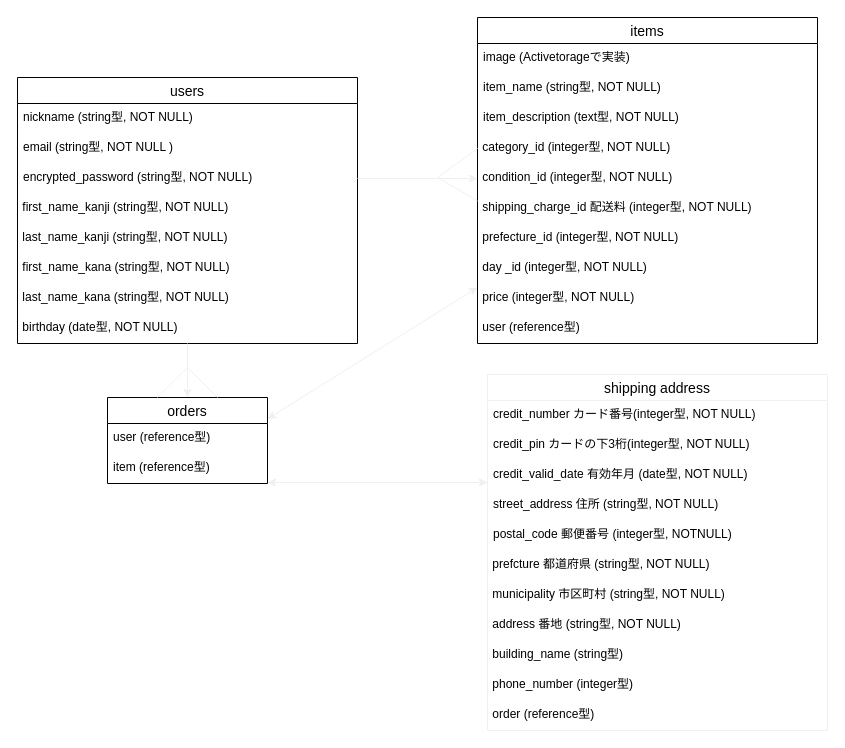
Above: furima.dio in katuya364/furima-35802 (draw.io), before the change. Source tidied: cells renumbered, new cells numbered last; positions are measured from the earlier drawing's top-left corner, leaving out a move shared by most shapes. Both pictures are drawn from the tidied source at 100%, with x=0, y=0 at pixel (17, 17).
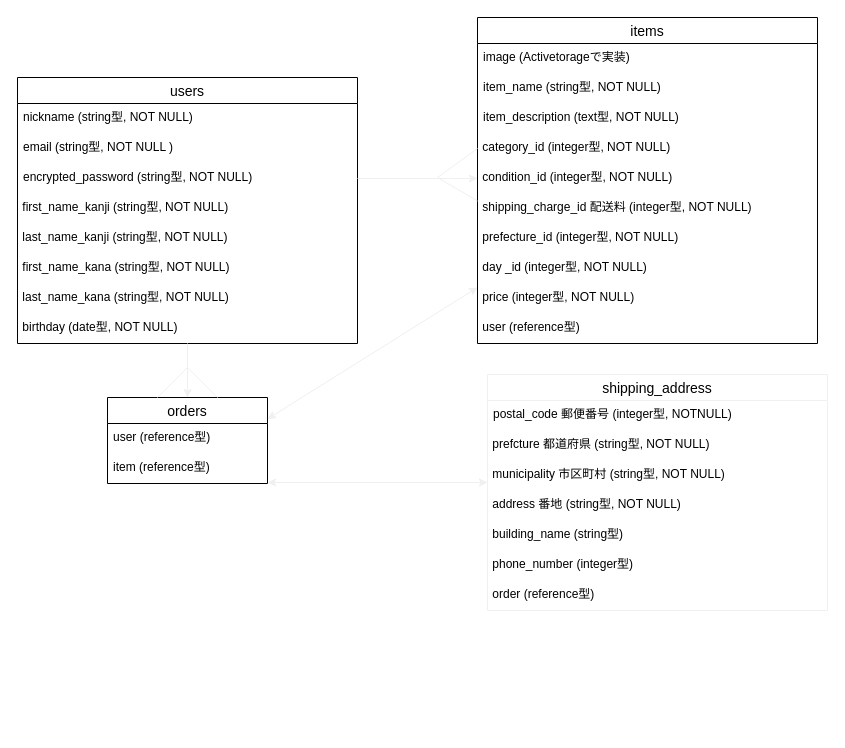
The same diagram, later.

Commit message (it also covers changes not shown here):
shipping_addressテーブルの修正

Diff of the diagram source:
```diff
@@
-    <mxCell id="25" value="shipping address" style="swimlane;fontStyle=0;horizontal=1;startSize=26;align=center;fontSize=14;strokeColor=#F0F0F0;" parent="1" vertex="1">
-      <mxGeometry x="470" y="357" width="340" height="356" as="geometry" />
+    <mxCell id="25" value="shipping_address" style="swimlane;fontStyle=0;horizontal=1;startSize=26;align=center;fontSize=14;strokeColor=#F0F0F0;" parent="1" vertex="1">
+      <mxGeometry x="470" y="357" width="340" height="236" as="geometry" />
     </mxCell>
-    <mxCell id="26" value="credit_number カード番号(integer型, NOT NULL)&#10;" style="text;strokeColor=none;fillColor=none;spacingLeft=4;spacingRight=4;overflow=hidden;fontSize=12;" parent="25" vertex="1">
-      <mxGeometry y="26" width="340" height="30" as="geometry" />
-    </mxCell>
-    <mxCell id="27" value="credit_pin カードの下3桁(integer型, NOT NULL)&#10;&#10;" style="text;strokeColor=none;fillColor=none;spacingLeft=4;spacingRight=4;overflow=hidden;fontSize=12;" parent="25" vertex="1">
-      <mxGeometry y="56" width="340" height="30" as="geometry" />
-    </mxCell>
-    <mxCell id="28" value="credit_valid_date 有効年月 (date型, NOT NULL)&#10;&#10;" style="text;strokeColor=none;fillColor=none;spacingLeft=4;spacingRight=4;overflow=hidden;fontSize=12;" parent="25" vertex="1">
-      <mxGeometry y="86" width="340" height="30" as="geometry" />
-    </mxCell>
-    <mxCell id="29" value="street_address 住所 (string型, NOT NULL)" style="text;strokeColor=none;fillColor=none;spacingLeft=4;spacingRight=4;overflow=hidden;fontSize=12;" parent="25" vertex="1">
-      <mxGeometry y="116" width="340" height="30" as="geometry" />
-    </mxCell>
     <mxCell id="30" value="postal_code 郵便番号 (integer型, NOTNULL)" style="text;strokeColor=none;fillColor=none;spacingLeft=4;spacingRight=4;overflow=hidden;fontSize=12;" parent="25" vertex="1">
-      <mxGeometry y="146" width="340" height="30" as="geometry" />
+      <mxGeometry y="26" width="340" height="30" as="geometry" />
     </mxCell>
     <mxCell id="31" value=" prefcture 都道府県 (string型, NOT NULL)" style="rounded=0;strokeColor=none;fillColor=none;labelPosition=center;verticalLabelPosition=middle;align=left;verticalAlign=top;" parent="25" vertex="1">
-      <mxGeometry y="176" width="340" height="30" as="geometry" />
+      <mxGeometry y="56" width="340" height="30" as="geometry" />
     </mxCell>
     <mxCell id="32" value=" municipality 市区町村 (string型, NOT NULL)" style="rounded=0;fillColor=none;align=left;verticalAlign=top;strokeColor=none;" parent="25" vertex="1">
-      <mxGeometry y="206" width="340" height="30" as="geometry" />
+      <mxGeometry y="86" width="340" height="30" as="geometry" />
     </mxCell>
     <mxCell id="33" value="&amp;nbsp;address 番地 (string型, NOT NULL)" style="rounded=0;whiteSpace=wrap;html=1;fillColor=none;align=left;verticalAlign=top;strokeColor=none;" parent="25" vertex="1">
-      <mxGeometry y="236" width="340" height="30" as="geometry" />
+      <mxGeometry y="116" width="340" height="30" as="geometry" />
     </mxCell>
     <mxCell id="34" value="&amp;nbsp;building_name (string型)" style="rounded=0;whiteSpace=wrap;html=1;fillColor=none;align=left;verticalAlign=top;strokeColor=none;" parent="25" vertex="1">
-      <mxGeometry y="266" width="340" height="30" as="geometry" />
+      <mxGeometry y="146" width="340" height="30" as="geometry" />
     </mxCell>
     <mxCell id="35" value="&amp;nbsp;phone_number (integer型)" style="rounded=0;whiteSpace=wrap;html=1;fillColor=none;align=left;verticalAlign=top;strokeColor=none;" parent="25" vertex="1">
-      <mxGeometry y="296" width="340" height="30" as="geometry" />
+      <mxGeometry y="176" width="340" height="30" as="geometry" />
     </mxCell>
     <mxCell id="36" value="&amp;nbsp;order (reference型)" style="rounded=0;whiteSpace=wrap;html=1;fillColor=none;align=left;verticalAlign=top;strokeColor=none;" parent="25" vertex="1">
-      <mxGeometry y="326" width="340" height="30" as="geometry" />
+      <mxGeometry y="206" width="340" height="30" as="geometry" />
     </mxCell>
```
